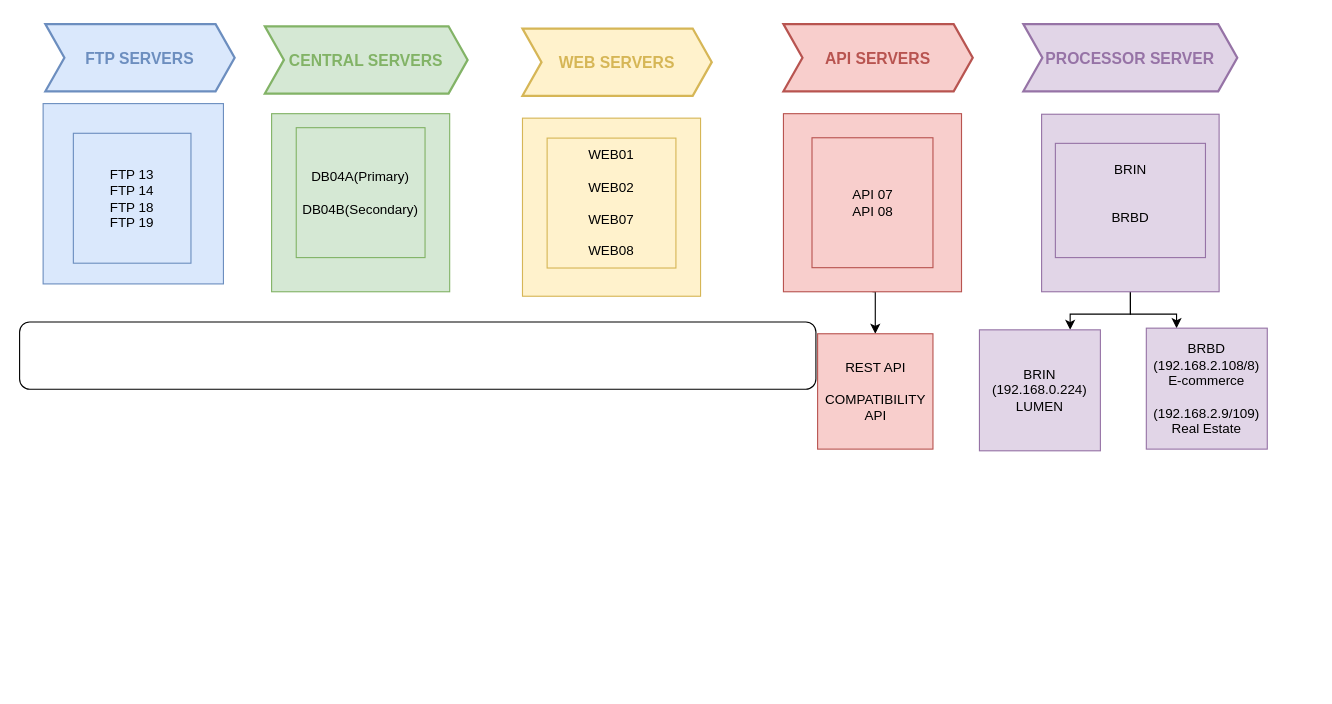
Sk1740/First-Repo keeps this draw.io diagram as Untitled Diagram.drawio. Above is the earlier version. Source tidied: cells renumbered, new cells numbered last; positions are measured from the earlier drawing's top-left corner, leaving out a move shared by most shapes. Both pictures are drawn from the tidied source at 112%, with x=0, y=0 at pixel (19, 24).
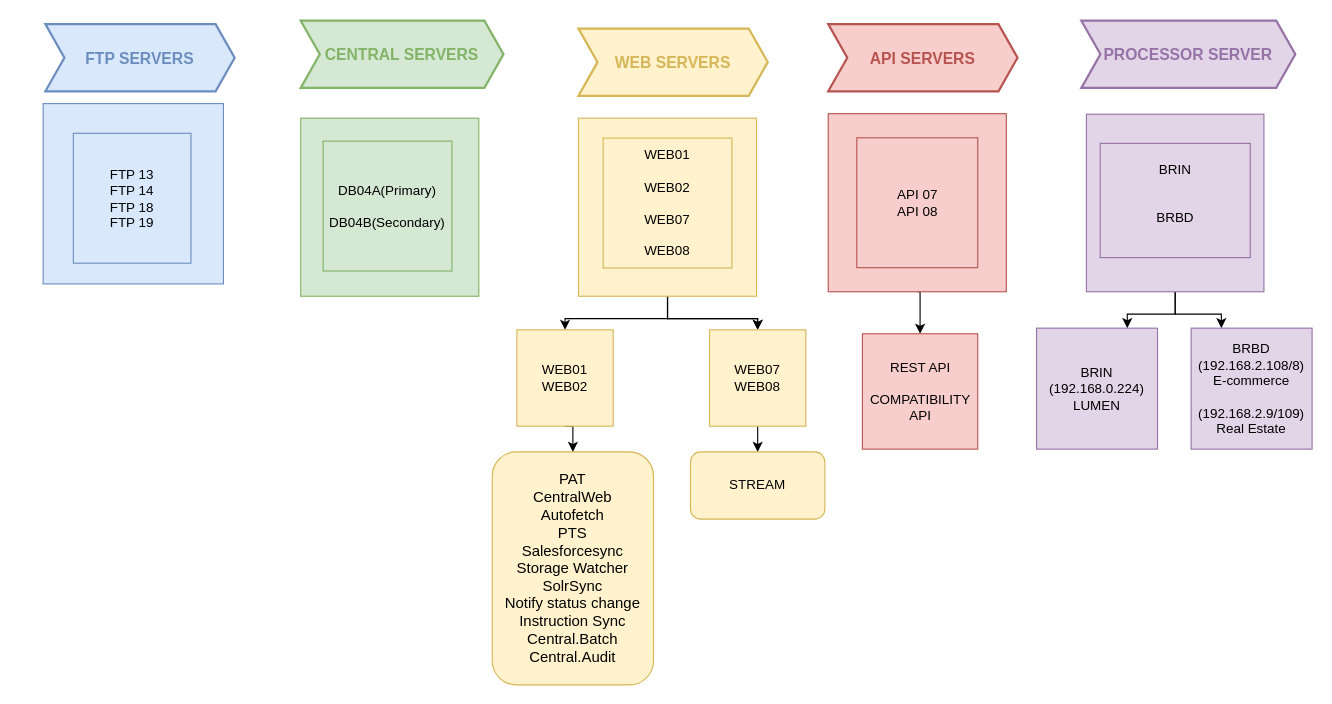
The same diagram, later.

The edit, as a diff of the source:
```diff
@@
     <mxCell id="3" value="CENTRAL SERVERS" style="shape=step;perimeter=stepPerimeter;strokeColor=#82B366;fontFamily=Helvetica;fontSize=14;fontColor=#82B366;fillColor=#d5e8d4;fixedSize=1;size=17;fontStyle=1;strokeWidth=2;spacingTop=0;" parent="1" vertex="1">
-      <mxGeometry x="219" y="2" width="181" height="60" as="geometry" />
+      <mxGeometry x="251" y="-3" width="181" height="60" as="geometry" />
     </mxCell>
     <mxCell id="4" value="WEB SERVERS" style="shape=step;perimeter=stepPerimeter;strokeColor=#D6B656;fontFamily=Helvetica;fontSize=14;fontColor=#D6B656;fillColor=#fff2cc;fixedSize=1;size=17;fontStyle=1;strokeWidth=2;spacingTop=0;" parent="1" vertex="1">
-      <mxGeometry x="449" y="4" width="169" height="60" as="geometry" />
+      <mxGeometry x="499" y="4" width="169" height="60" as="geometry" />
     </mxCell>
     <mxCell id="5" value="API SERVERS" style="shape=step;perimeter=stepPerimeter;strokeColor=#B85450;fontFamily=Helvetica;fontSize=14;fontColor=#B85450;fillColor=#f8cecc;fixedSize=1;size=17;fontStyle=1;strokeWidth=2;spacingTop=0;" parent="1" vertex="1">
-      <mxGeometry x="682" width="169" height="60" as="geometry" />
+      <mxGeometry x="722" width="169" height="60" as="geometry" />
     </mxCell>
@@
     <mxCell id="8" style="whiteSpace=wrap;html=1;fillColor=#d5e8d4;strokeColor=#82b366;" parent="1" vertex="1">
-      <mxGeometry x="225" y="80" width="159" height="159" as="geometry" />
+      <mxGeometry x="251" y="84" width="159" height="159" as="geometry" />
     </mxCell>
     <mxCell id="9" value="DB04A(Primary)&lt;br&gt;&lt;br&gt;DB04B(Secondary)" style="text;strokeColor=#82b366;align=center;fillColor=#d5e8d4;html=1;verticalAlign=middle;whiteSpace=wrap;rounded=0;" parent="1" vertex="1">
-      <mxGeometry x="247" y="92.5" width="115" height="116" as="geometry" />
+      <mxGeometry x="271" y="104.5" width="115" height="116" as="geometry" />
     </mxCell>
+    <mxCell id="24" style="edgeStyle=orthogonalEdgeStyle;rounded=0;jettySize=auto;html=1;" parent="1" edge="1" source="10" target="30">
+      <mxGeometry relative="1" as="geometry" />
+    </mxCell>
+    <mxCell id="25" style="edgeStyle=orthogonalEdgeStyle;rounded=0;jettySize=auto;html=1;" parent="1" edge="1" source="10" target="30">
+      <mxGeometry relative="1" as="geometry" />
+    </mxCell>
+    <mxCell id="26" style="edgeStyle=orthogonalEdgeStyle;rounded=0;jettySize=auto;html=1;entryX=0.5;entryY=0;entryDx=0;entryDy=0;" parent="1" edge="1" source="10" target="28">
+      <mxGeometry relative="1" as="geometry" />
+    </mxCell>
     <mxCell id="10" style="whiteSpace=wrap;html=1;fillColor=#fff2cc;strokeColor=#d6b656;" parent="1" vertex="1">
-      <mxGeometry x="449" y="84" width="159" height="159" as="geometry" />
+      <mxGeometry x="499" y="84" width="159" height="159" as="geometry" />
     </mxCell>
     <mxCell id="11" value="WEB01&lt;br&gt;&lt;br&gt;WEB02&lt;br&gt;&lt;br&gt;WEB07&lt;br&gt;&lt;br&gt;WEB08" style="text;strokeColor=#d6b656;align=center;fillColor=#fff2cc;html=1;verticalAlign=middle;whiteSpace=wrap;rounded=0;" parent="1" vertex="1">
-      <mxGeometry x="471" y="101.8" width="115" height="116" as="geometry" />
+      <mxGeometry x="521" y="101.8" width="115" height="116" as="geometry" />
     </mxCell>
@@
     <mxCell id="13" style="whiteSpace=wrap;html=1;fillColor=#f8cecc;strokeColor=#b85450;" parent="1" vertex="1">
-      <mxGeometry x="682" y="80" width="159" height="159" as="geometry" />
+      <mxGeometry x="722" y="80" width="159" height="159" as="geometry" />
     </mxCell>
     <mxCell id="14" value="API 07&lt;br&gt;API 08" style="text;strokeColor=#b85450;align=center;fillColor=#f8cecc;html=1;verticalAlign=middle;whiteSpace=wrap;rounded=0;" parent="1" vertex="1">
-      <mxGeometry x="707.5" y="101.5" width="108" height="116" as="geometry" />
+      <mxGeometry x="747.5" y="101.5" width="108" height="116" as="geometry" />
     </mxCell>
     <mxCell id="15" value="PROCESSOR SERVER" style="shape=step;perimeter=stepPerimeter;strokeColor=#9673A6;fontFamily=Helvetica;fontSize=14;fillColor=#e1d5e7;fixedSize=1;size=17;fontStyle=1;strokeWidth=2;spacingTop=0;gradientColor=none;fontColor=light-dark(#9673a6, #ededed);" parent="1" vertex="1">
-      <mxGeometry x="896.2" width="191" height="60" as="geometry" />
+      <mxGeometry x="948" y="-3" width="191" height="60" as="geometry" />
     </mxCell>
@@
     <mxCell id="18" style="whiteSpace=wrap;html=1;fillColor=#e1d5e7;strokeColor=#9673a6;" parent="1" vertex="1">
-      <mxGeometry x="912.5" y="80.5" width="158.5" height="158.5" as="geometry" />
+      <mxGeometry x="952.5" y="80.5" width="158.5" height="158.5" as="geometry" />
     </mxCell>
     <mxCell id="19" value="BRIN&lt;br&gt;&lt;br&gt;&lt;br&gt;BRBD&lt;div&gt;&lt;br/&gt;&lt;/div&gt;" style="text;strokeColor=#9673a6;align=center;fillColor=#e1d5e7;html=1;verticalAlign=middle;whiteSpace=wrap;rounded=0;" parent="1" vertex="1">
-      <mxGeometry x="924.8" y="106.5" width="134" height="102" as="geometry" />
+      <mxGeometry x="964.8" y="106.5" width="134" height="102" as="geometry" />
     </mxCell>
     <mxCell id="20" value="REST API&lt;br&gt;&lt;br&gt;COMPATIBILITY API" style="whiteSpace=wrap;html=1;fillColor=#f8cecc;strokeColor=#b85450;" parent="1" vertex="1">
-      <mxGeometry x="712.5" y="276.5" width="103" height="103" as="geometry" />
+      <mxGeometry x="752.5" y="276.5" width="103" height="103" as="geometry" />
     </mxCell>
     <mxCell id="21" value="BRIN (192.168.0.224)&lt;br&gt;LUMEN" style="whiteSpace=wrap;html=1;fillColor=#e1d5e7;strokeColor=#9673a6;" parent="1" vertex="1">
-      <mxGeometry x="857" y="273" width="108" height="108" as="geometry" />
+      <mxGeometry x="908" y="271.5" width="108" height="108" as="geometry" />
     </mxCell>
     <mxCell id="22" value="BRBD (192.168.2.108/8)&lt;br&gt;E-commerce&lt;br&gt;&lt;br&gt;(192.168.2.9/109)&lt;br&gt;Real Estate" style="whiteSpace=wrap;html=1;fillColor=#e1d5e7;strokeColor=#9673a6;" parent="1" vertex="1">
-      <mxGeometry x="1006" y="271.5" width="108" height="108" as="geometry" />
+      <mxGeometry x="1046" y="271.5" width="108" height="108" as="geometry" />
     </mxCell>
-    <mxCell id="23" style="rounded=1;whiteSpace=wrap;html=1;" parent="1" vertex="1">
-      <mxGeometry y="266" width="711" height="60" as="geometry" />
-    </mxCell>
+    <mxCell id="27" style="edgeStyle=orthogonalEdgeStyle;rounded=0;jettySize=auto;html=1;exitX=0.5;exitY=1;exitDx=0;exitDy=0;entryX=0.5;entryY=0;entryDx=0;entryDy=0;" parent="1" edge="1" source="28" target="32">
+      <mxGeometry relative="1" as="geometry" />
+    </mxCell>
+    <mxCell id="28" value="WEB01&lt;br&gt;WEB02" style="whiteSpace=wrap;html=1;fillColor=#fff2cc;strokeColor=#d6b656;" parent="1" vertex="1">
+      <mxGeometry x="444" y="273" width="86" height="86" as="geometry" />
+    </mxCell>
+    <mxCell id="29" style="edgeStyle=orthogonalEdgeStyle;rounded=0;jettySize=auto;html=1;exitX=0.5;exitY=1;exitDx=0;exitDy=0;" parent="1" edge="1" source="30" target="31">
+      <mxGeometry relative="1" as="geometry" />
+    </mxCell>
+    <mxCell id="30" value="WEB07&lt;br&gt;WEB08" style="whiteSpace=wrap;html=1;fillColor=#fff2cc;strokeColor=#d6b656;" parent="1" vertex="1">
+      <mxGeometry x="616" y="273" width="86" height="86" as="geometry" />
+    </mxCell>
+    <mxCell id="31" value="STREAM" style="rounded=1;whiteSpace=wrap;html=1;fillColor=#fff2cc;strokeColor=#d6b656;" parent="1" vertex="1">
+      <mxGeometry x="599" y="382" width="120" height="60" as="geometry" />
+    </mxCell>
+    <mxCell id="32" value="&lt;span style=&quot;font-size: 10pt; font-family: Arial;&quot;&gt;PAT&lt;br&gt;&lt;span style=&quot;font-size: 10pt;&quot;&gt;CentralWeb&lt;br&gt;Autofetch&lt;br&gt;PTS&lt;br&gt;Salesforcesync&lt;br&gt;Storage Watcher&lt;br&gt;SolrSync&lt;br&gt;Notify status change&lt;br&gt;Instruction Sync&lt;br&gt;Central.Batch&lt;br&gt;Central.Audit&lt;br&gt;&lt;/span&gt;&lt;/span&gt;" style="rounded=1;whiteSpace=wrap;html=1;fillColor=#fff2cc;strokeColor=#d6b656;" parent="1" vertex="1">
+      <mxGeometry x="422" y="382" width="144" height="208" as="geometry" />
+    </mxCell>
```
